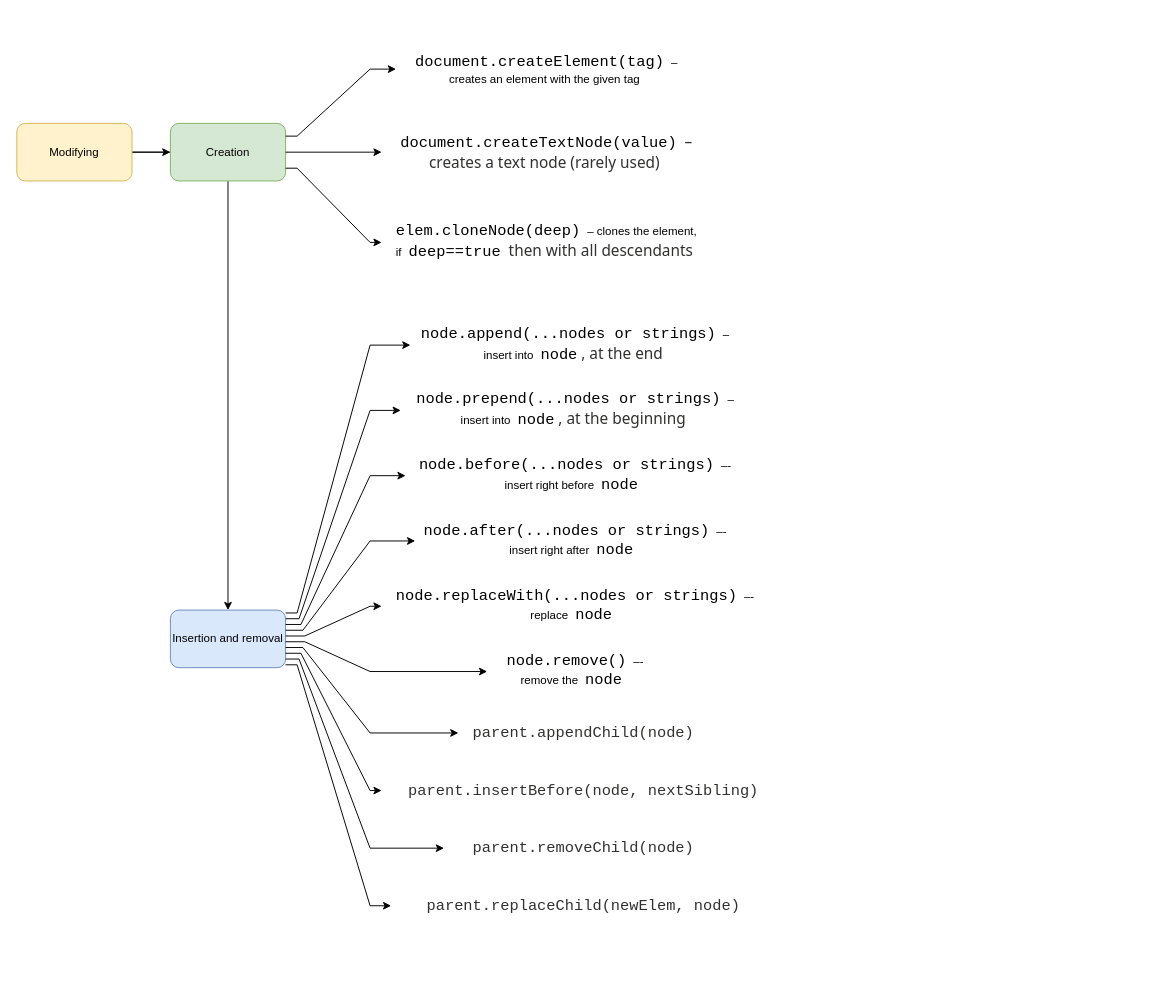
Earlier version of the draw.io diagram page "Modifying the document" (5 of 5) of JS DOM manipulation.drawio (lion9/1_DIAGRAMS). Source tidied: cells renumbered, new cells numbered last; positions are measured from the earlier drawing's top-left corner, leaving out a move shared by most shapes. Both pictures are drawn from the tidied source at 96%, with x=0, y=0 at pixel (16, 33).
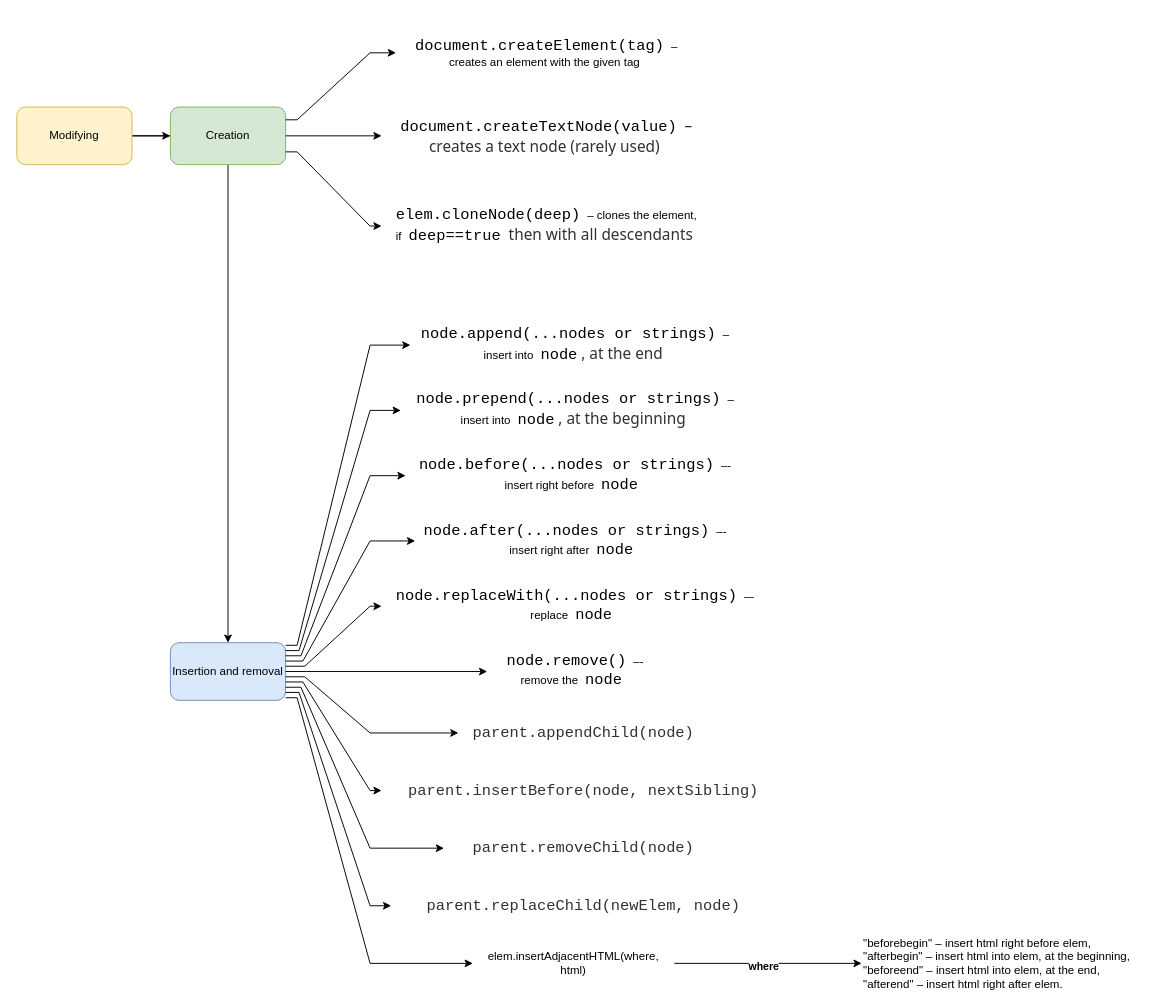
The same diagram, later.

Unchanged cells that the change refers to:
```xml
<mxCell id="13" value="&lt;code style=&quot;font-family: Consolas, &amp;quot;Lucida Console&amp;quot;, Menlo, Monaco, monospace; padding: 2px 4px; background: var(--prismBlockBg); border-radius: 2px; color: var(--foregroundAlt); font-size: 16px; text-align: left;&quot;&gt;node.append(...nodes or strings)&lt;/code&gt;&amp;nbsp;– insert into&amp;nbsp;&lt;code style=&quot;font-family: Consolas, &amp;quot;Lucida Console&amp;quot;, Menlo, Monaco, monospace; padding: 2px 4px; background: var(--prismBlockBg); border-radius: 2px; color: var(--foregroundAlt); font-size: 16px; text-align: left;&quot;&gt;node&lt;/code&gt;&lt;span style=&quot;color: rgb(49, 49, 48); font-family: &amp;quot;system-ui&amp;quot;, -apple-system, &amp;quot;Segoe UI&amp;quot;, Roboto, Helvetica, Arial, sans-serif; font-size: 16px; text-align: left; background-color: rgb(255, 255, 255);&quot;&gt;, at the end&lt;/span&gt;" style="text;html=1;strokeColor=none;fillColor=none;align=center;verticalAlign=middle;whiteSpace=wrap;rounded=0;" parent="1" vertex="1">
  <mxGeometry x="410" y="310" width="340" height="30" as="geometry" />
</mxCell>
<mxCell id="15" value="&lt;code style=&quot;font-family: Consolas, &amp;quot;Lucida Console&amp;quot;, Menlo, Monaco, monospace; padding: 2px 4px; background: var(--prismBlockBg); border-radius: 2px; color: var(--foregroundAlt); font-size: 16px; text-align: left;&quot;&gt;node.prepend(...nodes or strings)&lt;/code&gt;&amp;nbsp;– insert into&amp;nbsp;&lt;code style=&quot;font-family: Consolas, &amp;quot;Lucida Console&amp;quot;, Menlo, Monaco, monospace; padding: 2px 4px; background: var(--prismBlockBg); border-radius: 2px; color: var(--foregroundAlt); font-size: 16px; text-align: left;&quot;&gt;node&lt;/code&gt;&lt;span style=&quot;color: rgb(49, 49, 48); font-family: &amp;quot;system-ui&amp;quot;, -apple-system, &amp;quot;Segoe UI&amp;quot;, Roboto, Helvetica, Arial, sans-serif; font-size: 16px; text-align: left; background-color: rgb(255, 255, 255);&quot;&gt;, at the beginning&lt;/span&gt;" style="text;html=1;strokeColor=none;fillColor=none;align=center;verticalAlign=middle;whiteSpace=wrap;rounded=0;" parent="1" vertex="1">
  <mxGeometry x="400" y="378" width="360" height="30" as="geometry" />
</mxCell>
<mxCell id="17" value="&lt;code style=&quot;font-family: Consolas, &amp;quot;Lucida Console&amp;quot;, Menlo, Monaco, monospace; padding: 2px 4px; background: var(--prismBlockBg); border-radius: 2px; color: var(--foregroundAlt); font-size: 16px; text-align: left;&quot;&gt;node.before(...nodes or strings)&lt;/code&gt;&amp;nbsp;–- insert right before&amp;nbsp;&lt;code style=&quot;font-family: Consolas, &amp;quot;Lucida Console&amp;quot;, Menlo, Monaco, monospace; padding: 2px 4px; background: var(--prismBlockBg); border-radius: 2px; color: var(--foregroundAlt); font-size: 16px; text-align: left;&quot;&gt;node&lt;/code&gt;" style="text;html=1;strokeColor=none;fillColor=none;align=center;verticalAlign=middle;whiteSpace=wrap;rounded=0;" parent="1" vertex="1">
  <mxGeometry x="405" y="446" width="350" height="30" as="geometry" />
</mxCell>
<mxCell id="19" value="&lt;code style=&quot;font-family: Consolas, &amp;quot;Lucida Console&amp;quot;, Menlo, Monaco, monospace; padding: 2px 4px; background: var(--prismBlockBg); border-radius: 2px; color: var(--foregroundAlt); font-size: 16px; text-align: left;&quot;&gt;node.after(...nodes or strings)&lt;/code&gt;&amp;nbsp;–- insert right after&amp;nbsp;&lt;code style=&quot;font-family: Consolas, &amp;quot;Lucida Console&amp;quot;, Menlo, Monaco, monospace; padding: 2px 4px; background: var(--prismBlockBg); border-radius: 2px; color: var(--foregroundAlt); font-size: 16px; text-align: left;&quot;&gt;node&lt;/code&gt;" style="text;html=1;strokeColor=none;fillColor=none;align=center;verticalAlign=middle;whiteSpace=wrap;rounded=0;" parent="1" vertex="1">
  <mxGeometry x="415" y="514" width="330" height="30" as="geometry" />
</mxCell>
<mxCell id="21" value="&lt;code style=&quot;font-family: Consolas, &amp;quot;Lucida Console&amp;quot;, Menlo, Monaco, monospace; padding: 2px 4px; background: var(--prismBlockBg); border-radius: 2px; color: var(--foregroundAlt); font-size: 16px; text-align: left;&quot;&gt;node.replaceWith(...nodes or strings)&lt;/code&gt;&amp;nbsp;–- replace&amp;nbsp;&lt;code style=&quot;font-family: Consolas, &amp;quot;Lucida Console&amp;quot;, Menlo, Monaco, monospace; padding: 2px 4px; background: var(--prismBlockBg); border-radius: 2px; color: var(--foregroundAlt); font-size: 16px; text-align: left;&quot;&gt;node&lt;/code&gt;" style="text;html=1;strokeColor=none;fillColor=none;align=center;verticalAlign=middle;whiteSpace=wrap;rounded=0;" parent="1" vertex="1">
  <mxGeometry x="380" y="582" width="400" height="30" as="geometry" />
</mxCell>
<mxCell id="23" value="&lt;code style=&quot;font-family: Consolas, &amp;quot;Lucida Console&amp;quot;, Menlo, Monaco, monospace; padding: 2px 4px; background: var(--prismBlockBg); border-radius: 2px; color: var(--foregroundAlt); font-size: 16px; text-align: left;&quot;&gt;node.remove()&lt;/code&gt;&amp;nbsp;–- remove the&amp;nbsp;&lt;code style=&quot;font-family: Consolas, &amp;quot;Lucida Console&amp;quot;, Menlo, Monaco, monospace; padding: 2px 4px; background: var(--prismBlockBg); border-radius: 2px; color: var(--foregroundAlt); font-size: 16px; text-align: left;&quot;&gt;node&lt;/code&gt;" style="text;html=1;strokeColor=none;fillColor=none;align=center;verticalAlign=middle;whiteSpace=wrap;rounded=0;" parent="1" vertex="1">
  <mxGeometry x="490" y="650" width="180" height="30" as="geometry" />
</mxCell>
<mxCell id="25" value="&lt;ul style=&quot;margin: 0px; padding: 0px 0px 0px 21px; list-style: none; color: rgb(49, 49, 48); font-family: &amp;quot;system-ui&amp;quot;, -apple-system, &amp;quot;Segoe UI&amp;quot;, Roboto, Helvetica, Arial, sans-serif; font-size: 16px; text-align: left; background-color: rgb(255, 255, 255);&quot;&gt;&lt;li style=&quot;margin: 0.3em 0px;&quot;&gt;&lt;code style=&quot;font-family: Consolas, &amp;quot;Lucida Console&amp;quot;, Menlo, Monaco, monospace; padding: 2px 4px; background: var(--prismBlockBg); border-radius: 2px; color: var(--foregroundAlt);&quot;&gt;parent.appendChild(node)&lt;/code&gt;&lt;/li&gt;&lt;/ul&gt;" style="text;html=1;strokeColor=none;fillColor=none;align=center;verticalAlign=middle;whiteSpace=wrap;rounded=0;" parent="1" vertex="1">
  <mxGeometry x="460" y="714" width="240" height="30" as="geometry" />
</mxCell>
<mxCell id="27" value="&lt;ul style=&quot;margin: 0px; padding: 0px 0px 0px 21px; list-style: none; color: rgb(49, 49, 48); font-family: &amp;quot;system-ui&amp;quot;, -apple-system, &amp;quot;Segoe UI&amp;quot;, Roboto, Helvetica, Arial, sans-serif; font-size: 16px; text-align: left; background-color: rgb(255, 255, 255);&quot;&gt;&lt;li style=&quot;margin: 0.3em 0px;&quot;&gt;&lt;code style=&quot;font-family: Consolas, &amp;quot;Lucida Console&amp;quot;, Menlo, Monaco, monospace; padding: 2px 4px; background: var(--prismBlockBg); border-radius: 2px; color: var(--foregroundAlt);&quot;&gt;parent.insertBefore(node, nextSibling)&lt;/code&gt;&lt;/li&gt;&lt;/ul&gt;" style="text;html=1;strokeColor=none;fillColor=none;align=center;verticalAlign=middle;whiteSpace=wrap;rounded=0;" parent="1" vertex="1">
  <mxGeometry x="380" y="774" width="400" height="30" as="geometry" />
</mxCell>
<mxCell id="29" value="&lt;ul style=&quot;margin: 0px; padding: 0px 0px 0px 21px; list-style: none; color: rgb(49, 49, 48); font-family: &amp;quot;system-ui&amp;quot;, -apple-system, &amp;quot;Segoe UI&amp;quot;, Roboto, Helvetica, Arial, sans-serif; font-size: 16px; text-align: left; background-color: rgb(255, 255, 255);&quot;&gt;&lt;li style=&quot;margin: 0.3em 0px;&quot;&gt;&lt;code style=&quot;font-family: Consolas, &amp;quot;Lucida Console&amp;quot;, Menlo, Monaco, monospace; padding: 2px 4px; background: var(--prismBlockBg); border-radius: 2px; color: var(--foregroundAlt);&quot;&gt;parent.removeChild(node)&lt;/code&gt;&lt;/li&gt;&lt;/ul&gt;" style="text;html=1;strokeColor=none;fillColor=none;align=center;verticalAlign=middle;whiteSpace=wrap;rounded=0;" parent="1" vertex="1">
  <mxGeometry x="445" y="834" width="270" height="30" as="geometry" />
</mxCell>
<mxCell id="31" value="&lt;ul style=&quot;margin: 0px; padding: 0px 0px 0px 21px; list-style: none; color: rgb(49, 49, 48); font-family: &amp;quot;system-ui&amp;quot;, -apple-system, &amp;quot;Segoe UI&amp;quot;, Roboto, Helvetica, Arial, sans-serif; font-size: 16px; text-align: left; background-color: rgb(255, 255, 255);&quot;&gt;&lt;li style=&quot;margin: 0.3em 0px;&quot;&gt;&lt;code style=&quot;font-family: Consolas, &amp;quot;Lucida Console&amp;quot;, Menlo, Monaco, monospace; padding: 2px 4px; background: var(--prismBlockBg); border-radius: 2px; color: var(--foregroundAlt);&quot;&gt;parent.replaceChild(newElem, node)&lt;/code&gt;&lt;/li&gt;&lt;/ul&gt;" style="text;html=1;strokeColor=none;fillColor=none;align=center;verticalAlign=middle;whiteSpace=wrap;rounded=0;" parent="1" vertex="1">
  <mxGeometry x="390" y="894" width="380" height="30" as="geometry" />
</mxCell>
```

What changed in the source:
```diff
@@
     <mxCell id="4" value="Modifying" style="rounded=1;whiteSpace=wrap;html=1;fillColor=#fff2cc;strokeColor=#d6b656;" parent="1" vertex="1">
-      <mxGeometry y="94" width="120" height="60" as="geometry" />
+      <mxGeometry y="77" width="120" height="60" as="geometry" />
     </mxCell>
     <mxCell id="5" value="Creation" style="rounded=1;whiteSpace=wrap;html=1;fillColor=#d5e8d4;strokeColor=#82b366;" parent="1" vertex="1">
-      <mxGeometry x="160" y="94" width="120" height="60" as="geometry" />
+      <mxGeometry x="160" y="77" width="120" height="60" as="geometry" />
     </mxCell>
     <mxCell id="6" value="&lt;code style=&quot;font-family: Consolas, &amp;quot;Lucida Console&amp;quot;, Menlo, Monaco, monospace; padding: 2px 4px; background: var(--prismBlockBg); border-radius: 2px; color: var(--foregroundAlt); font-size: 16px; text-align: left;&quot;&gt;document.createElement(tag)&lt;/code&gt;&amp;nbsp;– creates an element with the given tag" style="text;html=1;strokeColor=none;fillColor=none;align=center;verticalAlign=middle;whiteSpace=wrap;rounded=0;" parent="1" vertex="1">
-      <mxGeometry x="395" width="310" height="75" as="geometry" />
+      <mxGeometry x="395" y="-17" width="310" height="75" as="geometry" />
     </mxCell>
     <mxCell id="7" style="edgeStyle=orthogonalEdgeStyle;rounded=0;jettySize=auto;html=1;noEdgeStyle=1;orthogonal=1;" parent="1" edge="1" source="5" target="6">
       <mxGeometry relative="1" as="geometry">
         <Array as="points">
-          <mxPoint x="292" y="107.3" />
-          <mxPoint x="368" y="37.5" />
+          <mxPoint x="292" y="90.3" />
+          <mxPoint x="368" y="20.5" />
         </Array>
       </mxGeometry>
     </mxCell>
     <mxCell id="8" value="&lt;code style=&quot;font-family: Consolas, &amp;quot;Lucida Console&amp;quot;, Menlo, Monaco, monospace; padding: 2px 4px; background: var(--prismBlockBg); border-radius: 2px; color: var(--foregroundAlt); font-size: 16px; font-style: normal; font-variant-ligatures: normal; font-variant-caps: normal; font-weight: 400; letter-spacing: normal; orphans: 2; text-align: left; text-indent: 0px; text-transform: none; widows: 2; word-spacing: 0px; -webkit-text-stroke-width: 0px; text-decoration-thickness: initial; text-decoration-style: initial; text-decoration-color: initial;&quot;&gt;document.createTextNode(value)&lt;/code&gt;&lt;span style=&quot;color: rgb(49, 49, 48); font-family: &amp;quot;system-ui&amp;quot;, -apple-system, &amp;quot;Segoe UI&amp;quot;, Roboto, Helvetica, Arial, sans-serif; font-size: 16px; font-style: normal; font-variant-ligatures: normal; font-variant-caps: normal; font-weight: 400; letter-spacing: normal; orphans: 2; text-align: left; text-indent: 0px; text-transform: none; widows: 2; word-spacing: 0px; -webkit-text-stroke-width: 0px; background-color: rgb(255, 255, 255); text-decoration-thickness: initial; text-decoration-style: initial; text-decoration-color: initial; float: none; display: inline !important;&quot;&gt;&lt;span&gt;&amp;nbsp;&lt;/span&gt;– creates a text node (rarely used)&lt;/span&gt;" style="text;html=1;strokeColor=none;fillColor=none;align=center;verticalAlign=middle;whiteSpace=wrap;rounded=0;" parent="1" vertex="1">
-      <mxGeometry x="380" y="109" width="340" height="30" as="geometry" />
+      <mxGeometry x="380" y="92" width="340" height="30" as="geometry" />
     </mxCell>
     <mxCell id="9" style="edgeStyle=orthogonalEdgeStyle;rounded=0;jettySize=auto;html=1;noEdgeStyle=1;orthogonal=1;" parent="1" edge="1" source="5" target="8">
       <mxGeometry relative="1" as="geometry">
         <Array as="points">
-          <mxPoint x="294" y="124" />
-          <mxPoint x="368" y="124" />
+          <mxPoint x="294" y="107" />
+          <mxPoint x="368" y="107" />
         </Array>
       </mxGeometry>
     </mxCell>
     <mxCell id="10" value="&lt;code style=&quot;font-family: Consolas, &amp;quot;Lucida Console&amp;quot;, Menlo, Monaco, monospace; padding: 2px 4px; background: var(--prismBlockBg); border-radius: 2px; color: var(--foregroundAlt); font-size: 16px; text-align: left;&quot;&gt;elem.cloneNode(deep)&lt;/code&gt;&amp;nbsp;– clones the element, if&amp;nbsp;&lt;code style=&quot;font-family: Consolas, &amp;quot;Lucida Console&amp;quot;, Menlo, Monaco, monospace; padding: 2px 4px; background: var(--prismBlockBg); border-radius: 2px; color: var(--foregroundAlt); font-size: 16px; text-align: left;&quot;&gt;deep==true&lt;/code&gt;&lt;span style=&quot;color: rgb(49, 49, 48); font-family: &amp;quot;system-ui&amp;quot;, -apple-system, &amp;quot;Segoe UI&amp;quot;, Roboto, Helvetica, Arial, sans-serif; font-size: 16px; text-align: left; background-color: rgb(255, 255, 255);&quot;&gt;&amp;nbsp;then with all descendants&lt;/span&gt;" style="text;html=1;strokeColor=none;fillColor=none;align=center;verticalAlign=middle;whiteSpace=wrap;rounded=0;" parent="1" vertex="1">
-      <mxGeometry x="380" y="173" width="340" height="90" as="geometry" />
+      <mxGeometry x="380" y="156" width="340" height="90" as="geometry" />
     </mxCell>
     <mxCell id="11" style="edgeStyle=orthogonalEdgeStyle;rounded=0;jettySize=auto;html=1;noEdgeStyle=1;orthogonal=1;" parent="1" edge="1" source="5" target="10">
       <mxGeometry relative="1" as="geometry">
         <Array as="points">
-          <mxPoint x="292" y="140.7" />
-          <mxPoint x="368" y="218" />
+          <mxPoint x="292" y="123.7" />
+          <mxPoint x="368" y="201" />
         </Array>
       </mxGeometry>
     </mxCell>
     <mxCell id="12" value="Insertion and removal" style="rounded=1;whiteSpace=wrap;html=1;fillColor=#dae8fc;strokeColor=#6c8ebf;" parent="1" vertex="1">
-      <mxGeometry x="160" y="601" width="120" height="60" as="geometry" />
+      <mxGeometry x="160" y="635" width="120" height="60" as="geometry" />
     </mxCell>
@@
     <mxCell id="14" style="edgeStyle=orthogonalEdgeStyle;rounded=0;jettySize=auto;html=1;noEdgeStyle=1;orthogonal=1;" parent="1" edge="1" source="12" target="13">
       <mxGeometry relative="1" as="geometry">
         <Array as="points">
-          <mxPoint x="292" y="604" />
+          <mxPoint x="292" y="637.7" />
           <mxPoint x="368" y="325" />
         </Array>
       </mxGeometry>
     </mxCell>
@@
     <mxCell id="16" style="edgeStyle=orthogonalEdgeStyle;rounded=0;jettySize=auto;html=1;noEdgeStyle=1;orthogonal=1;" parent="1" edge="1" source="12" target="15">
       <mxGeometry relative="1" as="geometry">
         <Array as="points">
-          <mxPoint x="294" y="610" />
+          <mxPoint x="294" y="643.2" />
           <mxPoint x="368" y="393" />
         </Array>
       </mxGeometry>
     </mxCell>
@@
     <mxCell id="18" style="edgeStyle=orthogonalEdgeStyle;rounded=0;jettySize=auto;html=1;noEdgeStyle=1;orthogonal=1;" parent="1" edge="1" source="12" target="17">
       <mxGeometry relative="1" as="geometry">
         <Array as="points">
-          <mxPoint x="296" y="616" />
+          <mxPoint x="296" y="648.6" />
           <mxPoint x="368" y="461" />
         </Array>
       </mxGeometry>
     </mxCell>
@@
     <mxCell id="20" style="edgeStyle=orthogonalEdgeStyle;rounded=0;jettySize=auto;html=1;noEdgeStyle=1;orthogonal=1;" parent="1" edge="1" source="12" target="19">
       <mxGeometry relative="1" as="geometry">
         <Array as="points">
-          <mxPoint x="298" y="622" />
+          <mxPoint x="298" y="654.1" />
           <mxPoint x="368" y="529" />
         </Array>
       </mxGeometry>
     </mxCell>
@@
     <mxCell id="22" style="edgeStyle=orthogonalEdgeStyle;rounded=0;jettySize=auto;html=1;noEdgeStyle=1;orthogonal=1;" parent="1" edge="1" source="12" target="21">
       <mxGeometry relative="1" as="geometry">
         <Array as="points">
-          <mxPoint x="300" y="628" />
+          <mxPoint x="300" y="659.5" />
           <mxPoint x="368" y="597" />
         </Array>
       </mxGeometry>
     </mxCell>
@@
     <mxCell id="24" style="edgeStyle=orthogonalEdgeStyle;rounded=0;jettySize=auto;html=1;noEdgeStyle=1;orthogonal=1;" parent="1" edge="1" source="12" target="23">
       <mxGeometry relative="1" as="geometry">
         <Array as="points">
-          <mxPoint x="300" y="634" />
+          <mxPoint x="302" y="665" />
           <mxPoint x="368" y="665" />
         </Array>
       </mxGeometry>
     </mxCell>
@@
     <mxCell id="26" style="edgeStyle=orthogonalEdgeStyle;rounded=0;jettySize=auto;html=1;noEdgeStyle=1;orthogonal=1;" parent="1" edge="1" source="12" target="25">
       <mxGeometry relative="1" as="geometry">
         <Array as="points">
-          <mxPoint x="298" y="640" />
+          <mxPoint x="300" y="670.5" />
           <mxPoint x="368" y="729" />
         </Array>
       </mxGeometry>
     </mxCell>
@@
     <mxCell id="28" style="edgeStyle=orthogonalEdgeStyle;rounded=0;jettySize=auto;html=1;noEdgeStyle=1;orthogonal=1;" parent="1" edge="1" source="12" target="27">
       <mxGeometry relative="1" as="geometry">
         <Array as="points">
-          <mxPoint x="296" y="646" />
+          <mxPoint x="298" y="675.9" />
           <mxPoint x="368" y="789" />
         </Array>
       </mxGeometry>
     </mxCell>
@@
     <mxCell id="30" style="edgeStyle=orthogonalEdgeStyle;rounded=0;jettySize=auto;html=1;noEdgeStyle=1;orthogonal=1;" parent="1" edge="1" source="12" target="29">
       <mxGeometry relative="1" as="geometry">
         <Array as="points">
-          <mxPoint x="294" y="652" />
+          <mxPoint x="296" y="681.4" />
           <mxPoint x="368" y="849" />
         </Array>
       </mxGeometry>
     </mxCell>
@@
     <mxCell id="32" style="edgeStyle=orthogonalEdgeStyle;rounded=0;jettySize=auto;html=1;noEdgeStyle=1;orthogonal=1;" parent="1" edge="1" source="12" target="31">
       <mxGeometry relative="1" as="geometry">
         <Array as="points">
-          <mxPoint x="292" y="658" />
+          <mxPoint x="294" y="686.8" />
           <mxPoint x="368" y="909" />
         </Array>
       </mxGeometry>
     </mxCell>
+    <mxCell id="33" value="elem.insertAdjacentHTML(where, html)" style="text;html=1;strokeColor=none;fillColor=none;align=center;verticalAlign=middle;whiteSpace=wrap;rounded=0;" parent="1" vertex="1">
+      <mxGeometry x="475" y="954" width="210" height="30" as="geometry" />
+    </mxCell>
+    <mxCell id="34" style="edgeStyle=orthogonalEdgeStyle;rounded=0;jettySize=auto;html=1;noEdgeStyle=1;orthogonal=1;" parent="1" edge="1" source="12" target="33">
+      <mxGeometry relative="1" as="geometry">
+        <Array as="points">
+          <mxPoint x="292" y="692.3" />
+          <mxPoint x="368" y="969" />
+        </Array>
+      </mxGeometry>
+    </mxCell>
+    <mxCell id="35" value="&lt;div&gt;&quot;beforebegin&quot; – insert html right before elem,&lt;/div&gt;&lt;div&gt;&quot;afterbegin&quot; – insert html into elem, at the beginning,&lt;/div&gt;&lt;div&gt;&quot;beforeend&quot; – insert html into elem, at the end,&lt;/div&gt;&lt;div&gt;&quot;afterend&quot; – insert html right after elem.&lt;/div&gt;" style="text;html=1;strokeColor=none;fillColor=none;align=left;verticalAlign=middle;whiteSpace=wrap;rounded=0;" parent="1" vertex="1">
+      <mxGeometry x="880" y="953" width="300" height="31" as="geometry" />
+    </mxCell>
+    <mxCell id="36" style="edgeStyle=orthogonalEdgeStyle;rounded=0;jettySize=auto;html=1;noEdgeStyle=1;orthogonal=1;" parent="1" edge="1" source="33" target="35">
+      <mxGeometry relative="1" as="geometry">
+        <Array as="points">
+          <mxPoint x="792" y="969" />
+          <mxPoint x="868" y="969" />
+        </Array>
+      </mxGeometry>
+    </mxCell>
+    <mxCell id="37" value="&lt;b&gt;where&lt;/b&gt;" style="edgeLabel;html=1;align=center;verticalAlign=middle;" parent="36" vertex="1">
+      <mxGeometry x="-0.06" y="-2" relative="1" as="geometry" />
+    </mxCell>
```
